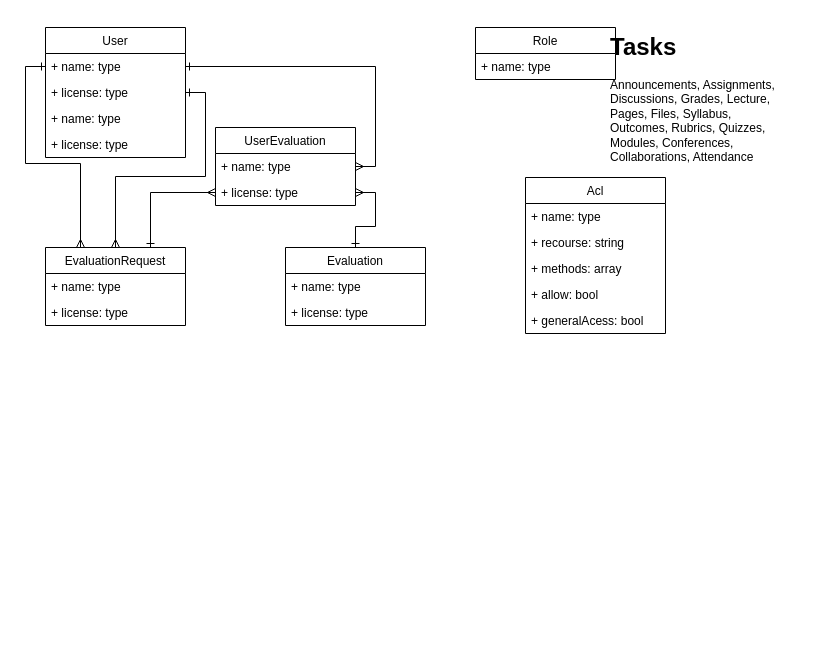
This is page "Modelo dados" (1 of 4) of data/diagram.drawio from Everest4-0/Everest4.0-server, a draw.io file, before an edit. Source tidied: cells renumbered, new cells numbered last; positions are measured from the earlier drawing's top-left corner, leaving out a move shared by most shapes. Both pictures are drawn from the tidied source at 100%, with x=0, y=0 at pixel (45, 27).
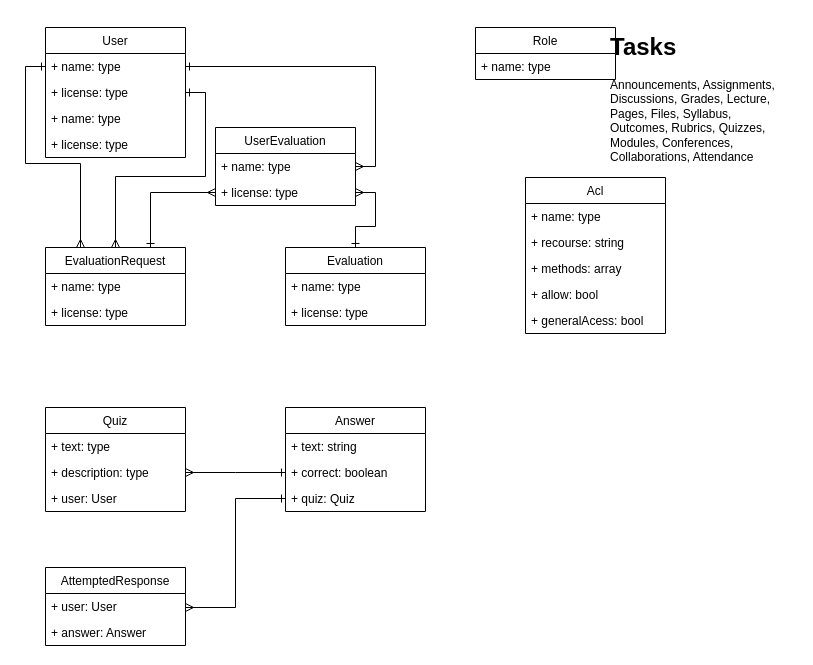
The same page after the edit.

Commit message:
diagram > quiz

Change to the diagram source:
```diff
@@
+    <mxCell id="30" value="Quiz" style="swimlane;fontStyle=0;horizontal=1;startSize=26;fillColor=none;" parent="1" vertex="1">
+      <mxGeometry y="380" width="140" height="104" as="geometry" />
+    </mxCell>
+    <mxCell id="31" value="+ text: type" style="text;strokeColor=none;fillColor=none;align=left;verticalAlign=top;spacingLeft=4;spacingRight=4;overflow=hidden;" parent="30" vertex="1">
+      <mxGeometry y="26" width="140" height="26" as="geometry" />
+    </mxCell>
+    <mxCell id="32" value="+ description: type" style="text;strokeColor=none;fillColor=none;align=left;verticalAlign=top;spacingLeft=4;spacingRight=4;overflow=hidden;points=[[0,0.5],[1,0.5]];portConstraint=eastwest;" parent="30" vertex="1">
+      <mxGeometry y="52" width="140" height="26" as="geometry" />
+    </mxCell>
+    <mxCell id="33" value="+ user: User" style="text;strokeColor=none;fillColor=none;align=left;verticalAlign=top;spacingLeft=4;spacingRight=4;overflow=hidden;" parent="30" vertex="1">
+      <mxGeometry y="78" width="140" height="26" as="geometry" />
+    </mxCell>
+    <mxCell id="34" value="Answer" style="swimlane;fontStyle=0;horizontal=1;startSize=26;fillColor=none;" parent="1" vertex="1">
+      <mxGeometry x="240" y="380" width="140" height="104" as="geometry" />
+    </mxCell>
+    <mxCell id="35" value="+ text: string" style="text;strokeColor=none;fillColor=none;align=left;verticalAlign=top;spacingLeft=4;spacingRight=4;overflow=hidden;" parent="34" vertex="1">
+      <mxGeometry y="26" width="140" height="26" as="geometry" />
+    </mxCell>
+    <mxCell id="36" value="+ correct: boolean" style="text;strokeColor=none;fillColor=none;align=left;verticalAlign=top;spacingLeft=4;spacingRight=4;overflow=hidden;" parent="34" vertex="1">
+      <mxGeometry y="52" width="140" height="26" as="geometry" />
+    </mxCell>
+    <mxCell id="37" value="+ quiz: Quiz" style="text;strokeColor=none;fillColor=none;align=left;verticalAlign=top;spacingLeft=4;spacingRight=4;overflow=hidden;points=[[0,0.5],[1,0.5]];portConstraint=eastwest;" parent="34" vertex="1">
+      <mxGeometry y="78" width="140" height="26" as="geometry" />
+    </mxCell>
+    <mxCell id="38" value="AttemptedResponse" style="swimlane;fontStyle=0;horizontal=1;startSize=26;fillColor=none;" parent="1" vertex="1">
+      <mxGeometry y="540" width="140" height="78" as="geometry" />
+    </mxCell>
+    <mxCell id="39" value="+ user: User" style="text;strokeColor=none;fillColor=none;align=left;verticalAlign=top;spacingLeft=4;spacingRight=4;overflow=hidden;points=[[0,0.5],[1,0.5]];portConstraint=eastwest;" parent="38" vertex="1">
+      <mxGeometry y="26" width="140" height="26" as="geometry" />
+    </mxCell>
+    <mxCell id="40" value="+ answer: Answer" style="text;strokeColor=none;fillColor=none;align=left;verticalAlign=top;spacingLeft=4;spacingRight=4;overflow=hidden;" parent="38" vertex="1">
+      <mxGeometry y="52" width="140" height="26" as="geometry" />
+    </mxCell>
+    <mxCell id="41" style="edgeStyle=orthogonalEdgeStyle;rounded=0;jettySize=auto;html=1;exitX=1;exitY=0.5;exitDx=0;exitDy=0;entryX=0;entryY=0.5;entryDx=0;entryDy=0;endArrow=ERone;endFill=0;startArrow=ERmany;startFill=0;" parent="1" edge="1" source="32">
+      <mxGeometry relative="1" as="geometry">
+        <mxPoint x="240" y="445" as="targetPoint" />
+      </mxGeometry>
+    </mxCell>
+    <mxCell id="42" style="edgeStyle=orthogonalEdgeStyle;rounded=0;jettySize=auto;html=1;entryX=1;entryY=0.538;entryDx=0;entryDy=0;entryPerimeter=0;endArrow=ERmany;endFill=0;startArrow=ERone;startFill=0;" parent="1" edge="1" source="37" target="39">
+      <mxGeometry relative="1" as="geometry" />
+    </mxCell>
```
